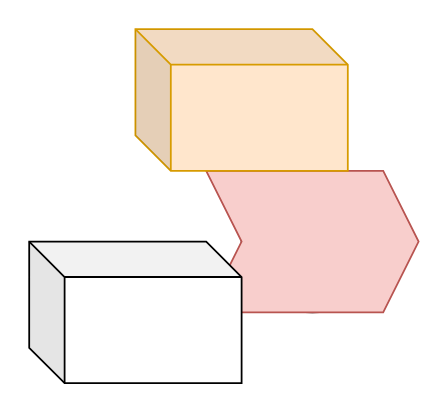
The draw.io diagram Untitled Diagram.drawio in ODAPES/system_documentation, before the edit. Source tidied: cells renumbered, new cells numbered last; positions are measured from the earlier drawing's top-left corner, leaving out a move shared by most shapes. Both pictures are drawn from the tidied source at 177%, with x=0, y=0 at pixel (28, 28).
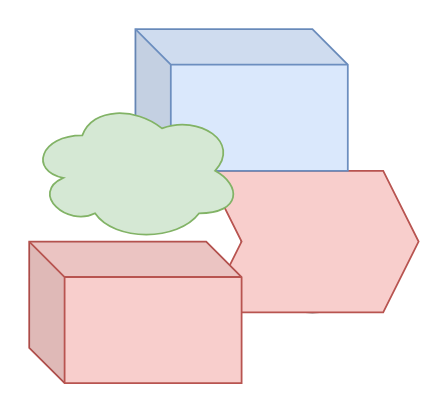
Above is the later version.

Change to the diagram source:
```diff
@@
 <mxGraphModel>
   <root>
     <mxCell id="0" />
     <mxCell id="1" parent="0" />
     <mxCell id="2" style="ellipse;whiteSpace=wrap;html=1;" parent="1" vertex="1">
       <mxGeometry x="120" y="80" width="80" height="80" as="geometry" />
     </mxCell>
     <mxCell id="3" style="shape=step;perimeter=stepPerimeter;whiteSpace=wrap;html=1;fixedSize=1;fillColor=#f8cecc;strokeColor=#b85450;" parent="1" vertex="1">
       <mxGeometry x="100" y="80" width="120" height="80" as="geometry" />
     </mxCell>
-    <mxCell id="4" style="shape=cube;whiteSpace=wrap;html=1;boundedLbl=1;backgroundOutline=1;darkOpacity=0.05;darkOpacity2=0.1;fillColor=#ffe6cc;strokeColor=#d79b00;" parent="1" vertex="1">
+    <mxCell id="4" style="shape=cube;whiteSpace=wrap;html=1;boundedLbl=1;backgroundOutline=1;darkOpacity=0.05;darkOpacity2=0.1;fillColor=#dae8fc;strokeColor=#6c8ebf;" parent="1" vertex="1">
       <mxGeometry x="60" width="120" height="80" as="geometry" />
     </mxCell>
-    <mxCell id="5" style="shape=cube;whiteSpace=wrap;html=1;boundedLbl=1;backgroundOutline=1;darkOpacity=0.05;darkOpacity2=0.1;" parent="1" vertex="1">
+    <mxCell id="5" style="shape=cube;whiteSpace=wrap;html=1;boundedLbl=1;backgroundOutline=1;darkOpacity=0.05;darkOpacity2=0.1;fillColor=#f8cecc;strokeColor=#b85450;" parent="1" vertex="1">
       <mxGeometry y="120" width="120" height="80" as="geometry" />
     </mxCell>
+    <mxCell id="6" style="ellipse;shape=cloud;whiteSpace=wrap;html=1;fillColor=#d5e8d4;strokeColor=#82b366;" parent="1" vertex="1">
+      <mxGeometry y="40" width="120" height="80" as="geometry" />
+    </mxCell>
   </root>
 </mxGraphModel>
```
